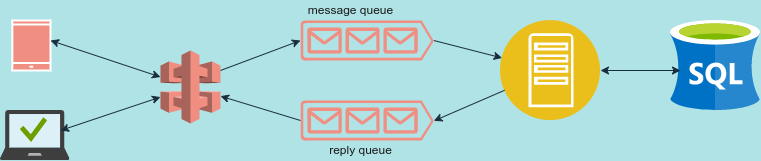
Before: system-design.drawio.png, a diagram exported from draw.io (sderohan/todo-eda-go). Source tidied: cells renumbered, new cells last; positions are measured from the earlier drawing's top-left corner, leaving out a move shared by most shapes.
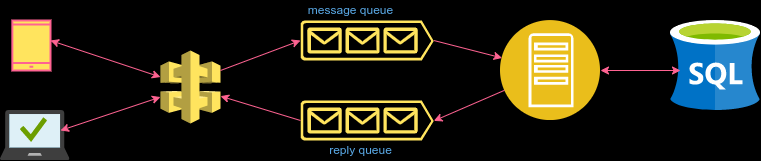
After the change.

Change to the diagram source:
```diff
@@ -1,64 +1,64 @@
-<mxGraphModel background="#B0E3E6">
+<mxGraphModel background="#000000">
   <root>
     <mxCell id="0" />
     <mxCell id="1" parent="0" />
-    <mxCell id="2" style="html=1;verticalLabelPosition=bottom;align=center;labelBackgroundColor=#B0E3E6;verticalAlign=top;strokeWidth=2;strokeColor=#FFFFFF;shadow=0;dashed=0;shape=mxgraph.ios7.icons.smartphone;fillColor=#F08E81;fontColor=#1A1A1A;" parent="1" vertex="1">
+    <mxCell id="2" style="html=1;verticalLabelPosition=bottom;align=center;verticalAlign=top;strokeWidth=2;strokeColor=#FF6392;shadow=0;dashed=0;shape=mxgraph.ios7.icons.smartphone;fillColor=#FFE45E;fontColor=#5AA9E6;rounded=0;" parent="1" vertex="1">
       <mxGeometry x="11.8" y="20" width="38.2" height="50" as="geometry" />
     </mxCell>
-    <mxCell id="3" style="sketch=0;html=1;align=center;image;fontSize=12;image=img/lib/mscae/Managed_Desktop.svg;labelBackgroundColor=#B0E3E6;fillColor=#F08E81;strokeColor=#FFFFFF;fontColor=#1A1A1A;" parent="1" vertex="1">
+    <mxCell id="3" style="sketch=0;html=1;align=center;image;fontSize=12;image=img/lib/mscae/Managed_Desktop.svg;fillColor=#FFE45E;strokeColor=#FF6392;fontColor=#5AA9E6;rounded=0;" parent="1" vertex="1">
       <mxGeometry y="110" width="69.5" height="50" as="geometry" />
     </mxCell>
-    <mxCell id="4" style="outlineConnect=0;dashed=0;verticalLabelPosition=bottom;verticalAlign=top;align=center;html=1;shape=mxgraph.aws3.api_gateway;fillColor=#F08E81;strokeColor=#FFFFFF;fontColor=#1A1A1A;" parent="1" vertex="1">
+    <mxCell id="4" style="outlineConnect=0;dashed=0;verticalLabelPosition=bottom;verticalAlign=top;align=center;html=1;shape=mxgraph.aws3.api_gateway;fillColor=#FFE45E;strokeColor=#FF6392;fontColor=#5AA9E6;rounded=0;" parent="1" vertex="1">
       <mxGeometry x="160" y="50" width="60" height="73" as="geometry" />
     </mxCell>
-    <mxCell id="5" style="sketch=0;shadow=0;dashed=0;html=1;strokeColor=none;labelPosition=center;verticalLabelPosition=bottom;verticalAlign=top;align=center;fillColor=#F08E81;shape=mxgraph.azure.queue_generic;fontColor=#1A1A1A;" parent="1" vertex="1">
+    <mxCell id="5" style="sketch=0;shadow=0;dashed=0;html=1;strokeColor=none;labelPosition=center;verticalLabelPosition=bottom;verticalAlign=top;align=center;fillColor=#FFE45E;shape=mxgraph.azure.queue_generic;fontColor=#5AA9E6;rounded=0;" parent="1" vertex="1">
       <mxGeometry x="300" y="20" width="133.3" height="40" as="geometry" />
     </mxCell>
-    <mxCell id="6" style="perimeter=ellipsePerimeter;html=1;align=center;shadow=0;dashed=0;fontColor=#1A1A1A;labelBackgroundColor=#B0E3E6;fontSize=12;spacingTop=3;image;image=img/lib/ibm/applications/app_server.svg;fillColor=#F08E81;strokeColor=#FFFFFF;" parent="1" vertex="1">
+    <mxCell id="6" style="perimeter=ellipsePerimeter;html=1;align=center;shadow=0;dashed=0;fontColor=#5AA9E6;fontSize=12;spacingTop=3;image;image=img/lib/ibm/applications/app_server.svg;fillColor=#FFE45E;strokeColor=#FF6392;rounded=0;" parent="1" vertex="1">
       <mxGeometry x="500" y="20" width="100" height="100" as="geometry" />
     </mxCell>
-    <mxCell id="7" style="sketch=0;shadow=0;dashed=0;html=1;strokeColor=none;labelPosition=center;verticalLabelPosition=bottom;verticalAlign=top;align=center;fillColor=#F08E81;shape=mxgraph.azure.queue_generic;direction=east;fontColor=#1A1A1A;" parent="1" vertex="1">
+    <mxCell id="7" style="sketch=0;shadow=0;dashed=0;html=1;strokeColor=none;labelPosition=center;verticalLabelPosition=bottom;verticalAlign=top;align=center;fillColor=#FFE45E;shape=mxgraph.azure.queue_generic;direction=east;fontColor=#5AA9E6;rounded=0;" parent="1" vertex="1">
       <mxGeometry x="300" y="100" width="133.3" height="40" as="geometry" />
     </mxCell>
-    <mxCell id="8" style="sketch=0;html=1;align=center;image;fontSize=12;image=img/lib/mscae/dep/SQL_Server_Stretch_DB.svg;labelBackgroundColor=#B0E3E6;fillColor=#F08E81;strokeColor=#FFFFFF;fontColor=#1A1A1A;" parent="1" vertex="1">
+    <mxCell id="8" style="sketch=0;html=1;align=center;image;fontSize=12;image=img/lib/mscae/dep/SQL_Server_Stretch_DB.svg;fillColor=#FFE45E;strokeColor=#FF6392;fontColor=#5AA9E6;rounded=0;" parent="1" vertex="1">
       <mxGeometry x="670" y="20" width="90" height="90" as="geometry" />
     </mxCell>
-    <mxCell id="9" style="endArrow=classic;html=1;rounded=0;labelBackgroundColor=#B0E3E6;strokeColor=#182E3E;fontColor=#1A1A1A;" parent="1" edge="1" target="6">
+    <mxCell id="9" style="endArrow=classic;html=1;rounded=0;strokeColor=#FF6392;fontColor=#5AA9E6;" parent="1" edge="1" target="6">
       <mxGeometry relative="1" as="geometry">
         <mxPoint x="433.3" y="40" as="sourcePoint" />
       </mxGeometry>
     </mxCell>
-    <mxCell id="10" style="endArrow=classic;html=1;rounded=0;entryX=1;entryY=0.51;entryDx=0;entryDy=0;entryPerimeter=0;labelBackgroundColor=#B0E3E6;strokeColor=#182E3E;fontColor=#1A1A1A;" parent="1" edge="1" source="6" target="7">
+    <mxCell id="10" style="endArrow=classic;html=1;rounded=0;entryX=1;entryY=0.51;entryDx=0;entryDy=0;entryPerimeter=0;strokeColor=#FF6392;fontColor=#5AA9E6;" parent="1" edge="1" source="6" target="7">
       <mxGeometry relative="1" as="geometry" />
     </mxCell>
-    <mxCell id="11" style="endArrow=classic;startArrow=classic;html=1;rounded=0;labelBackgroundColor=#B0E3E6;strokeColor=#182E3E;fontColor=#1A1A1A;" parent="1" edge="1" target="4">
+    <mxCell id="11" style="endArrow=classic;startArrow=classic;html=1;rounded=0;strokeColor=#FF6392;fontColor=#5AA9E6;" parent="1" edge="1" target="4">
       <mxGeometry relative="1" as="geometry">
         <mxPoint x="60" y="130" as="sourcePoint" />
       </mxGeometry>
     </mxCell>
-    <mxCell id="12" style="endArrow=classic;startArrow=classic;html=1;rounded=0;labelBackgroundColor=#B0E3E6;strokeColor=#182E3E;fontColor=#1A1A1A;" parent="1" edge="1" target="4">
+    <mxCell id="12" style="endArrow=classic;startArrow=classic;html=1;rounded=0;strokeColor=#FF6392;fontColor=#5AA9E6;" parent="1" edge="1" target="4">
       <mxGeometry relative="1" as="geometry">
         <mxPoint x="50" y="40" as="sourcePoint" />
       </mxGeometry>
     </mxCell>
-    <mxCell id="13" style="endArrow=classic;startArrow=classic;html=1;rounded=0;labelBackgroundColor=#B0E3E6;strokeColor=#182E3E;fontColor=#1A1A1A;" parent="1" edge="1">
+    <mxCell id="13" style="endArrow=classic;startArrow=classic;html=1;rounded=0;strokeColor=#FF6392;fontColor=#5AA9E6;" parent="1" edge="1">
       <mxGeometry relative="1" as="geometry">
         <mxPoint x="600" y="70" as="sourcePoint" />
         <mxPoint x="680" y="70" as="targetPoint" />
       </mxGeometry>
     </mxCell>
-    <mxCell id="14" style="endArrow=classic;html=1;rounded=0;exitX=0;exitY=0.5;exitDx=0;exitDy=0;exitPerimeter=0;labelBackgroundColor=#B0E3E6;strokeColor=#182E3E;fontColor=#1A1A1A;" parent="1" edge="1" source="7" target="4">
+    <mxCell id="14" style="endArrow=classic;html=1;rounded=0;exitX=0;exitY=0.5;exitDx=0;exitDy=0;exitPerimeter=0;strokeColor=#FF6392;fontColor=#5AA9E6;" parent="1" edge="1" source="7" target="4">
       <mxGeometry relative="1" as="geometry" />
     </mxCell>
-    <mxCell id="15" style="endArrow=classic;html=1;rounded=0;entryX=0;entryY=0.5;entryDx=0;entryDy=0;entryPerimeter=0;labelBackgroundColor=#B0E3E6;strokeColor=#182E3E;fontColor=#1A1A1A;" parent="1" edge="1" target="5">
+    <mxCell id="15" style="endArrow=classic;html=1;rounded=0;entryX=0;entryY=0.5;entryDx=0;entryDy=0;entryPerimeter=0;strokeColor=#FF6392;fontColor=#5AA9E6;" parent="1" edge="1" target="5">
       <mxGeometry relative="1" as="geometry">
         <mxPoint x="220" y="70" as="sourcePoint" />
       </mxGeometry>
     </mxCell>
-    <mxCell id="16" value="reply queue" style="text;html=1;align=center;verticalAlign=middle;strokeColor=none;fillColor=none;fontColor=#1A1A1A;" parent="1" vertex="1">
+    <mxCell id="16" value="reply queue" style="text;html=1;align=center;verticalAlign=middle;strokeColor=none;fillColor=none;fontColor=#5AA9E6;rounded=0;" parent="1" vertex="1">
       <mxGeometry x="320" y="140" width="80" height="20" as="geometry" />
     </mxCell>
-    <mxCell id="17" value="message queue" style="text;html=1;align=center;verticalAlign=middle;strokeColor=none;fillColor=none;fontColor=#1A1A1A;" parent="1" vertex="1">
+    <mxCell id="17" value="message queue" style="text;html=1;align=center;verticalAlign=middle;strokeColor=none;fillColor=none;fontColor=#5AA9E6;rounded=0;" parent="1" vertex="1">
       <mxGeometry x="300" width="100" height="20" as="geometry" />
     </mxCell>
   </root>
```
